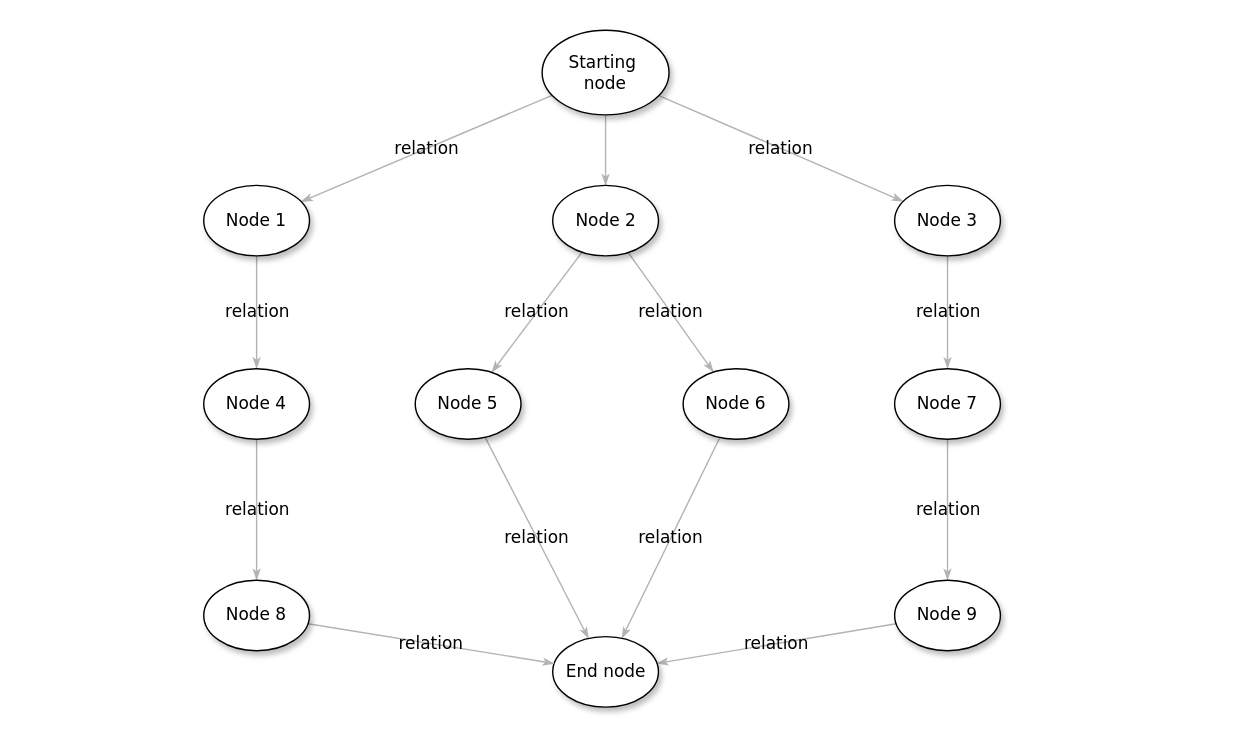
This is test.drawio from RAND1925/drawio_draft, a draw.io file, before an edit. Source tidied: cells renumbered, new cells numbered last; positions are measured from the earlier drawing's top-left corner, leaving out a move shared by most shapes. Both pictures are drawn from the tidied source at 141%, with x=0, y=0 at pixel (203, 30).
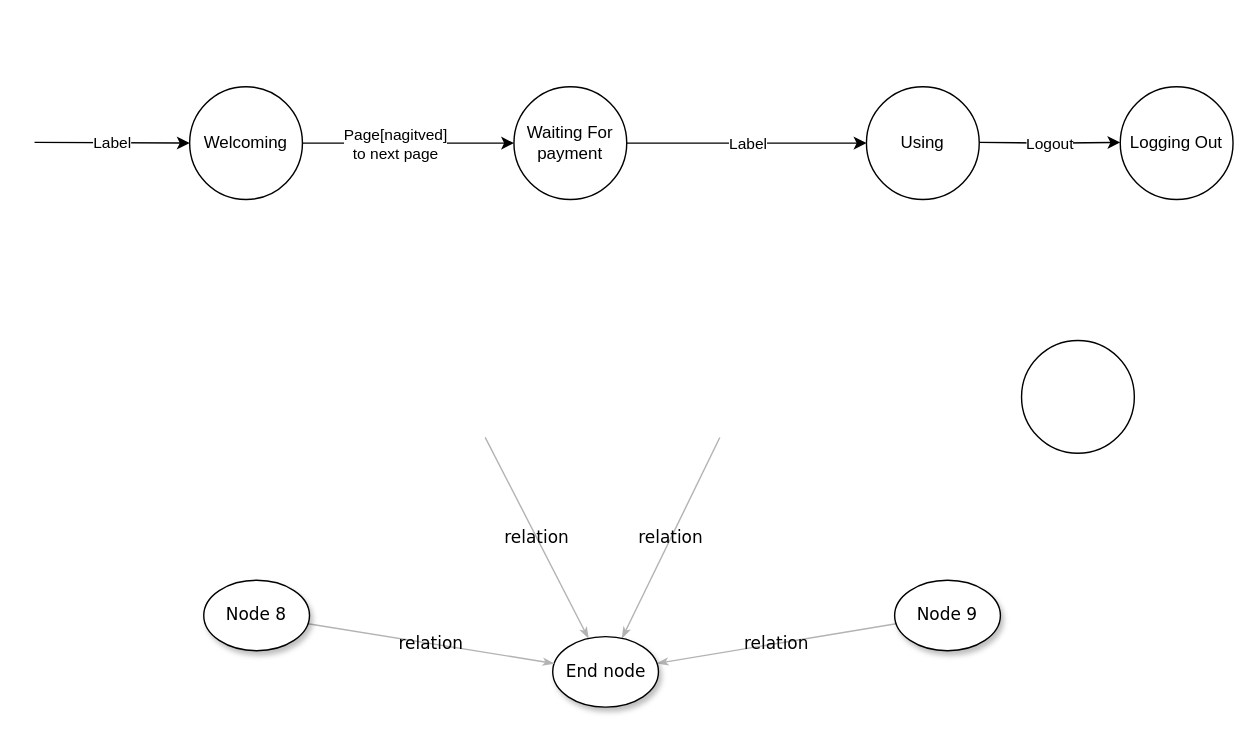
The same page after the edit.

Unchanged cells that the change refers to:
```xml
<mxCell id="14" value="&lt;span&gt;Node 9&lt;/span&gt;" style="ellipse;whiteSpace=wrap;html=1;rounded=0;shadow=1;comic=0;labelBackgroundColor=none;strokeWidth=1;fontFamily=Verdana;fontSize=12;align=center;" parent="1" vertex="1">
  <mxGeometry x="490" y="390" width="75" height="50" as="geometry" />
</mxCell>
<mxCell id="19" value="End node" style="ellipse;whiteSpace=wrap;html=1;rounded=0;shadow=1;comic=0;labelBackgroundColor=none;strokeWidth=1;fontFamily=Verdana;fontSize=12;align=center;" parent="1" vertex="1">
  <mxGeometry x="247.5" y="430" width="75" height="50" as="geometry" />
</mxCell>
<mxCell id="25" value="&lt;span&gt;Node 8&lt;/span&gt;" style="ellipse;whiteSpace=wrap;html=1;rounded=0;shadow=1;comic=0;labelBackgroundColor=none;strokeWidth=1;fontFamily=Verdana;fontSize=12;align=center;" parent="1" vertex="1">
  <mxGeometry y="390" width="75" height="50" as="geometry" />
</mxCell>
```

Diff of the diagram source:
```diff
@@
-    <mxCell id="2" style="edgeStyle=none;rounded=1;html=1;labelBackgroundColor=none;startArrow=none;startFill=0;startSize=5;endArrow=classicThin;endFill=1;endSize=5;jettySize=auto;strokeColor=#B3B3B3;strokeWidth=1;fontFamily=Verdana;fontSize=12;" parent="1" edge="1" source="5" target="8">
-      <mxGeometry relative="1" as="geometry" />
-    </mxCell>
-    <mxCell id="3" value="relation" style="edgeStyle=none;rounded=1;html=1;labelBackgroundColor=none;startArrow=none;startFill=0;startSize=5;endArrow=classicThin;endFill=1;endSize=5;jettySize=auto;strokeColor=#B3B3B3;strokeWidth=1;fontFamily=Verdana;fontSize=12;" parent="1" edge="1" source="5" target="21">
-      <mxGeometry relative="1" as="geometry" />
-    </mxCell>
-    <mxCell id="4" value="relation" style="edgeStyle=none;rounded=1;html=1;labelBackgroundColor=none;startArrow=none;startFill=0;startSize=5;endArrow=classicThin;endFill=1;endSize=5;jettySize=auto;strokeColor=#B3B3B3;strokeWidth=1;fontFamily=Verdana;fontSize=12;" parent="1" edge="1" source="5" target="10">
-      <mxGeometry relative="1" as="geometry" />
-    </mxCell>
-    <mxCell id="5" value="Starting&amp;nbsp;&lt;div&gt;node&lt;/div&gt;" style="ellipse;whiteSpace=wrap;html=1;rounded=0;shadow=1;comic=0;labelBackgroundColor=none;strokeWidth=1;fontFamily=Verdana;fontSize=12;align=center;" parent="1" vertex="1">
-      <mxGeometry x="240" width="90" height="60" as="geometry" />
-    </mxCell>
-    <mxCell id="6" value="relation" style="edgeStyle=none;rounded=1;html=1;labelBackgroundColor=none;startArrow=none;startFill=0;startSize=5;endArrow=classicThin;endFill=1;endSize=5;jettySize=auto;strokeColor=#B3B3B3;strokeWidth=1;fontFamily=Verdana;fontSize=12;" parent="1" edge="1" source="8" target="18">
-      <mxGeometry relative="1" as="geometry" />
-    </mxCell>
-    <mxCell id="7" value="relation" style="edgeStyle=none;rounded=1;html=1;labelBackgroundColor=none;startArrow=none;startFill=0;startSize=5;endArrow=classicThin;endFill=1;endSize=5;jettySize=auto;strokeColor=#B3B3B3;strokeWidth=1;fontFamily=Verdana;fontSize=12;" parent="1" edge="1" source="8" target="16">
-      <mxGeometry relative="1" as="geometry" />
-    </mxCell>
-    <mxCell id="8" value="&lt;span&gt;Node 2&lt;/span&gt;" style="ellipse;whiteSpace=wrap;html=1;rounded=0;shadow=1;comic=0;labelBackgroundColor=none;strokeWidth=1;fontFamily=Verdana;fontSize=12;align=center;" parent="1" vertex="1">
-      <mxGeometry x="247.5" y="110" width="75" height="50" as="geometry" />
-    </mxCell>
-    <mxCell id="9" value="relation" style="edgeStyle=none;rounded=1;html=1;labelBackgroundColor=none;startArrow=none;startFill=0;startSize=5;endArrow=classicThin;endFill=1;endSize=5;jettySize=auto;strokeColor=#B3B3B3;strokeWidth=1;fontFamily=Verdana;fontSize=12;" parent="1" edge="1" source="10" target="12">
-      <mxGeometry relative="1" as="geometry" />
-    </mxCell>
-    <mxCell id="10" value="&lt;span&gt;Node 3&lt;/span&gt;" style="ellipse;whiteSpace=wrap;html=1;rounded=0;shadow=1;comic=0;labelBackgroundColor=none;strokeWidth=1;fontFamily=Verdana;fontSize=12;align=center;" parent="1" vertex="1">
-      <mxGeometry x="490" y="110" width="75" height="50" as="geometry" />
-    </mxCell>
-    <mxCell id="11" value="relation" style="edgeStyle=none;rounded=1;html=1;labelBackgroundColor=none;startArrow=none;startFill=0;startSize=5;endArrow=classicThin;endFill=1;endSize=5;jettySize=auto;strokeColor=#B3B3B3;strokeWidth=1;fontFamily=Verdana;fontSize=12;" parent="1" edge="1" source="12" target="14">
-      <mxGeometry relative="1" as="geometry" />
-    </mxCell>
-    <mxCell id="12" value="&lt;span&gt;Node 7&lt;/span&gt;" style="ellipse;whiteSpace=wrap;html=1;rounded=0;shadow=1;comic=0;labelBackgroundColor=none;strokeWidth=1;fontFamily=Verdana;fontSize=12;align=center;" parent="1" vertex="1">
-      <mxGeometry x="490" y="240" width="75" height="50" as="geometry" />
-    </mxCell>
@@
-    <mxCell id="15" value="relation" style="edgeStyle=none;rounded=1;html=1;labelBackgroundColor=none;startArrow=none;startFill=0;startSize=5;endArrow=classicThin;endFill=1;endSize=5;jettySize=auto;strokeColor=#B3B3B3;strokeWidth=1;fontFamily=Verdana;fontSize=12;" parent="1" edge="1" source="16" target="19">
-      <mxGeometry relative="1" as="geometry" />
+    <mxCell id="15" value="relation" style="edgeStyle=none;rounded=1;html=1;labelBackgroundColor=none;startArrow=none;startFill=0;startSize=5;endArrow=classicThin;endFill=1;endSize=5;jettySize=auto;strokeColor=#B3B3B3;strokeWidth=1;fontFamily=Verdana;fontSize=12;" parent="1" edge="1" target="19">
+      <mxGeometry relative="1" as="geometry">
+        <mxPoint x="366" y="288.8" as="sourcePoint" />
+      </mxGeometry>
     </mxCell>
-    <mxCell id="16" value="&lt;span&gt;Node 6&lt;/span&gt;" style="ellipse;whiteSpace=wrap;html=1;rounded=0;shadow=1;comic=0;labelBackgroundColor=none;strokeWidth=1;fontFamily=Verdana;fontSize=12;align=center;" parent="1" vertex="1">
-      <mxGeometry x="340" y="240" width="75" height="50" as="geometry" />
-    </mxCell>
-    <mxCell id="17" value="relation" style="edgeStyle=none;rounded=1;html=1;labelBackgroundColor=none;startArrow=none;startFill=0;startSize=5;endArrow=classicThin;endFill=1;endSize=5;jettySize=auto;strokeColor=#B3B3B3;strokeWidth=1;fontFamily=Verdana;fontSize=12;" parent="1" edge="1" source="18" target="19">
-      <mxGeometry relative="1" as="geometry" />
+    <mxCell id="17" value="relation" style="edgeStyle=none;rounded=1;html=1;labelBackgroundColor=none;startArrow=none;startFill=0;startSize=5;endArrow=classicThin;endFill=1;endSize=5;jettySize=auto;strokeColor=#B3B3B3;strokeWidth=1;fontFamily=Verdana;fontSize=12;" parent="1" edge="1" target="19">
+      <mxGeometry relative="1" as="geometry">
+        <mxPoint x="199.6" y="288.7" as="sourcePoint" />
+      </mxGeometry>
     </mxCell>
-    <mxCell id="18" value="&lt;span&gt;Node 5&lt;/span&gt;" style="ellipse;whiteSpace=wrap;html=1;rounded=0;shadow=1;comic=0;labelBackgroundColor=none;strokeWidth=1;fontFamily=Verdana;fontSize=12;align=center;" parent="1" vertex="1">
-      <mxGeometry x="150" y="240" width="75" height="50" as="geometry" />
-    </mxCell>
@@
-    <mxCell id="20" value="relation" style="edgeStyle=none;rounded=1;html=1;labelBackgroundColor=none;startArrow=none;startFill=0;startSize=5;endArrow=classicThin;endFill=1;endSize=5;jettySize=auto;strokeColor=#B3B3B3;strokeWidth=1;fontFamily=Verdana;fontSize=12;" parent="1" edge="1" source="21" target="23">
-      <mxGeometry relative="1" as="geometry" />
-    </mxCell>
-    <mxCell id="21" value="Node 1" style="ellipse;whiteSpace=wrap;html=1;rounded=0;shadow=1;comic=0;labelBackgroundColor=none;strokeWidth=1;fontFamily=Verdana;fontSize=12;align=center;" parent="1" vertex="1">
-      <mxGeometry y="110" width="75" height="50" as="geometry" />
-    </mxCell>
-    <mxCell id="22" value="relation" style="edgeStyle=none;rounded=1;html=1;labelBackgroundColor=none;startArrow=none;startFill=0;startSize=5;endArrow=classicThin;endFill=1;endSize=5;jettySize=auto;strokeColor=#B3B3B3;strokeWidth=1;fontFamily=Verdana;fontSize=12;" parent="1" edge="1" source="23" target="25">
-      <mxGeometry relative="1" as="geometry" />
-    </mxCell>
-    <mxCell id="23" value="&lt;span&gt;Node 4&lt;/span&gt;" style="ellipse;whiteSpace=wrap;html=1;rounded=0;shadow=1;comic=0;labelBackgroundColor=none;strokeWidth=1;fontFamily=Verdana;fontSize=12;align=center;" parent="1" vertex="1">
-      <mxGeometry y="240" width="75" height="50" as="geometry" />
-    </mxCell>
@@
+    <mxCell id="26" value="Welcoming" style="ellipse;whiteSpace=wrap;html=1;" parent="1" vertex="1">
+      <mxGeometry x="-10" y="40" width="80" height="80" as="geometry" />
+    </mxCell>
+    <mxCell id="27" style="endArrow=classic;html=1;entryX=0;entryY=0.5;entryDx=0;entryDy=0;" parent="1" edge="1" target="26">
+      <mxGeometry relative="1" as="geometry">
+        <mxPoint x="-120" y="79.5" as="sourcePoint" />
+      </mxGeometry>
+    </mxCell>
+    <mxCell id="28" value="Label" style="edgeLabel;html=1;align=center;verticalAlign=middle;" parent="27" vertex="1">
+      <mxGeometry relative="1" as="geometry" />
+    </mxCell>
+    <mxCell id="29" style="endArrow=classic;html=1;entryX=0;entryY=0.5;entryDx=0;entryDy=0;" parent="1" edge="1" target="34">
+      <mxGeometry relative="1" as="geometry">
+        <mxPoint x="70" y="80" as="sourcePoint" />
+      </mxGeometry>
+    </mxCell>
+    <mxCell id="30" value="Page[nagitved]&lt;br&gt;to next page" style="edgeLabel;html=1;align=center;verticalAlign=middle;" parent="29" vertex="1">
+      <mxGeometry relative="1" as="geometry">
+        <mxPoint x="-10" as="offset" />
+      </mxGeometry>
+    </mxCell>
+    <mxCell id="31" value="Using" style="ellipse;whiteSpace=wrap;html=1;" parent="1" vertex="1">
+      <mxGeometry x="470" y="40" width="80" height="80" as="geometry" />
+    </mxCell>
+    <mxCell id="32" style="endArrow=classic;html=1;" parent="1" edge="1" source="34" target="31">
+      <mxGeometry relative="1" as="geometry" />
+    </mxCell>
+    <mxCell id="33" value="Label" style="edgeLabel;html=1;align=center;verticalAlign=middle;" parent="32" vertex="1">
+      <mxGeometry relative="1" as="geometry" />
+    </mxCell>
+    <mxCell id="34" value="Waiting For&lt;br&gt;payment" style="ellipse;whiteSpace=wrap;html=1;" parent="1" vertex="1">
+      <mxGeometry x="220" y="40" width="80" height="80" as="geometry" />
+    </mxCell>
+    <mxCell id="35" value="Logging Out" style="ellipse;whiteSpace=wrap;html=1;" parent="1" vertex="1">
+      <mxGeometry x="650" y="40" width="80" height="80" as="geometry" />
+    </mxCell>
+    <mxCell id="36" style="ellipse;whiteSpace=wrap;html=1;" parent="1" vertex="1">
+      <mxGeometry x="580" y="220" width="80" height="80" as="geometry" />
+    </mxCell>
+    <mxCell id="37" style="endArrow=classic;html=1;" parent="1" edge="1">
+      <mxGeometry relative="1" as="geometry">
+        <mxPoint x="550" y="79.5" as="sourcePoint" />
+        <mxPoint x="650" y="79.5" as="targetPoint" />
+        <Array as="points">
+          <mxPoint x="600" y="80" />
+        </Array>
+      </mxGeometry>
+    </mxCell>
+    <mxCell id="38" value="Logout" style="edgeLabel;html=1;align=center;verticalAlign=middle;" parent="37" vertex="1">
+      <mxGeometry relative="1" as="geometry" />
+    </mxCell>
```
